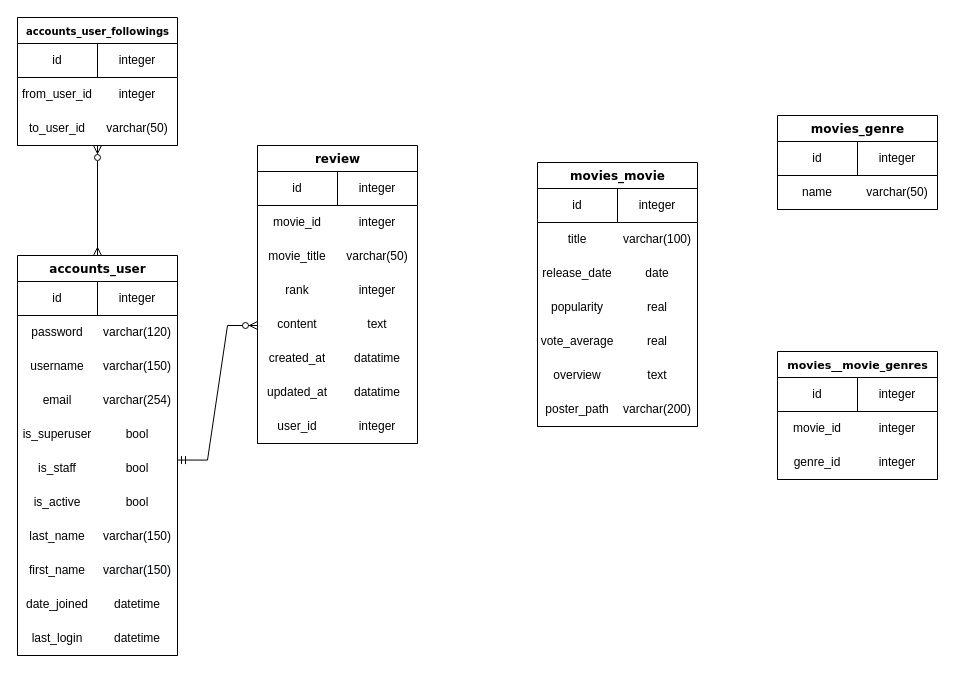
This is 제목 없는 다이어그램.drawio from cjfal2/fin_yukim, a draw.io file, before an edit. Source tidied: cells renumbered, new cells numbered last; positions are measured from the earlier drawing's top-left corner, leaving out a move shared by most shapes. Both pictures are drawn from the tidied source at 100%, with x=0, y=0 at pixel (17, 17).
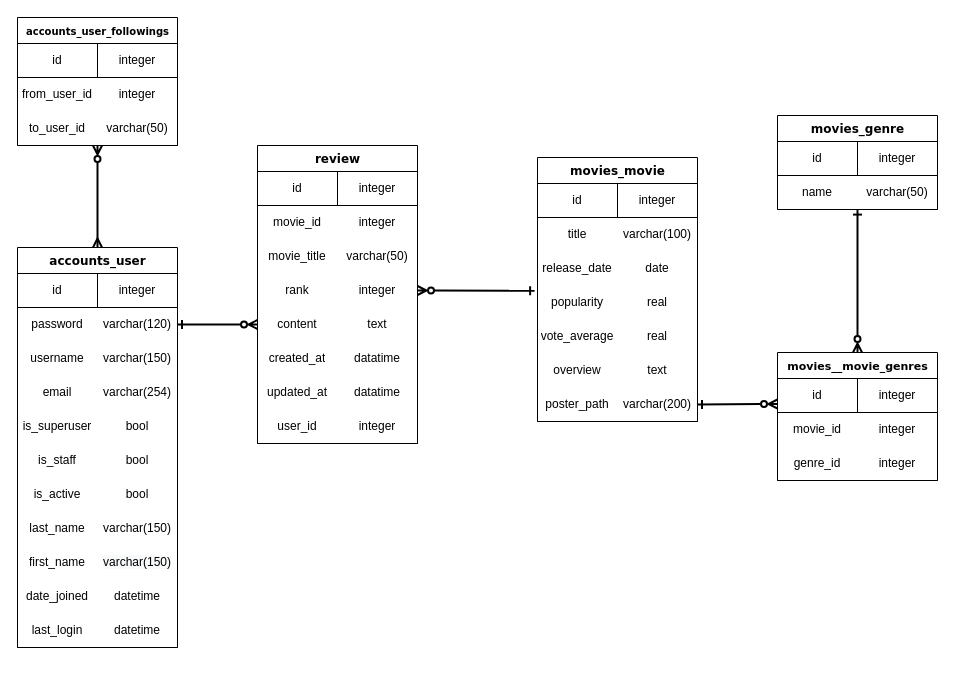
After the change.

Commit message (it also covers changes not shown here):
제목 없는 다이어그램.drawio 업데이트

Unchanged cells that the change refers to:
```xml
<mxCell id="15" style="shape=tableRow;horizontal=0;startSize=0;swimlaneHead=0;swimlaneBody=0;top=0;left=0;bottom=0;right=0;fillColor=none;points=[[0,0.5],[1,0.5]];portConstraint=eastwest;rounded=0;" parent="8" vertex="1">
  <mxGeometry y="68" width="160" height="34" as="geometry" />
</mxCell>
<mxCell id="18" style="shape=tableRow;horizontal=0;startSize=0;swimlaneHead=0;swimlaneBody=0;top=0;left=0;bottom=0;right=0;fillColor=none;points=[[0,0.5],[1,0.5]];portConstraint=eastwest;rounded=0;" parent="8" vertex="1">
  <mxGeometry y="102" width="160" height="34" as="geometry" />
</mxCell>
<mxCell id="50" style="shape=tableRow;horizontal=0;startSize=0;swimlaneHead=0;swimlaneBody=0;top=0;left=0;bottom=0;right=0;fillColor=none;points=[[0,0.5],[1,0.5]];portConstraint=eastwest;rounded=0;" parent="49" vertex="1">
  <mxGeometry width="160" height="34" as="geometry" />
</mxCell>
<mxCell id="62" style="shape=tableRow;horizontal=0;startSize=0;swimlaneHead=0;swimlaneBody=0;top=0;left=0;bottom=0;right=0;fillColor=none;points=[[0,0.5],[1,0.5]];portConstraint=eastwest;rounded=0;" parent="49" vertex="1">
  <mxGeometry y="136" width="160" height="34" as="geometry" />
</mxCell>
<mxCell id="93" style="shape=tableRow;horizontal=0;startSize=0;swimlaneHead=0;swimlaneBody=0;top=0;left=0;bottom=0;right=0;fillColor=none;points=[[0,0.5],[1,0.5]];portConstraint=eastwest;rounded=0;" parent="86" vertex="1">
  <mxGeometry y="68" width="160" height="34" as="geometry" />
</mxCell>
<mxCell id="102" style="shape=tableRow;horizontal=0;startSize=0;swimlaneHead=0;swimlaneBody=0;top=0;left=0;bottom=0;right=0;fillColor=none;points=[[0,0.5],[1,0.5]];portConstraint=eastwest;rounded=0;" parent="86" vertex="1">
  <mxGeometry y="170" width="160" height="34" as="geometry" />
</mxCell>
<mxCell id="112" style="shape=tableRow;horizontal=0;startSize=0;swimlaneHead=0;swimlaneBody=0;top=0;left=0;bottom=0;right=0;fillColor=none;points=[[0,0.5],[1,0.5]];portConstraint=eastwest;rounded=0;" parent="111" vertex="1">
  <mxGeometry width="160" height="34" as="geometry" />
</mxCell>
<mxCell id="118" style="shape=tableRow;horizontal=0;startSize=0;swimlaneHead=0;swimlaneBody=0;top=0;left=0;bottom=0;right=0;fontStyle=0;fillColor=none;strokeColor=inherit;rounded=0;" parent="116" vertex="1">
  <mxGeometry width="160" height="34" as="geometry" />
</mxCell>
```

What changed in the source:
```diff
@@
     <mxCell id="43" value="accounts_user" style="swimlane;html=1;fontStyle=1;align=center;verticalAlign=top;horizontal=1;startSize=26;swimlaneFillColor=#ffffff;rounded=0;shadow=0;comic=0;labelBackgroundColor=none;strokeWidth=1;fillColor=none;fontFamily=Verdana;fontSize=12;" parent="1" vertex="1">
-      <mxGeometry y="238" width="160" height="400" as="geometry" />
+      <mxGeometry y="230" width="160" height="400" as="geometry" />
     </mxCell>
@@
     <mxCell id="80" value="movies_movie" style="swimlane;html=1;fontStyle=1;align=center;verticalAlign=top;horizontal=1;startSize=26;swimlaneFillColor=#ffffff;rounded=0;shadow=0;comic=0;labelBackgroundColor=none;strokeWidth=1;fillColor=none;fontFamily=Verdana;fontSize=12;" parent="1" vertex="1">
-      <mxGeometry x="520" y="145" width="160" height="264" as="geometry" />
+      <mxGeometry x="520" y="140" width="160" height="264" as="geometry" />
     </mxCell>
@@
     <mxCell id="115" value="&lt;font style=&quot;font-size: 11px;&quot;&gt;movies__movie_genres&lt;/font&gt;" style="swimlane;html=1;fontStyle=1;align=center;verticalAlign=top;horizontal=1;startSize=26;swimlaneFillColor=#ffffff;rounded=0;shadow=0;comic=0;labelBackgroundColor=none;strokeWidth=1;fillColor=none;fontFamily=Verdana;fontSize=12;" parent="1" vertex="1">
-      <mxGeometry x="760" y="334" width="160" height="128" as="geometry" />
+      <mxGeometry x="760" y="335" width="160" height="128" as="geometry" />
     </mxCell>
@@
-    <mxCell id="128" style="edgeStyle=entityRelationEdgeStyle;fontSize=12;html=1;endArrow=ERzeroToMany;startArrow=ERmandOne;rounded=0;exitX=1;exitY=0.252;exitDx=0;exitDy=0;exitPerimeter=0;" parent="1" edge="1" source="62">
-      <mxGeometry relative="1" as="geometry">
-        <mxPoint x="240" y="308" as="targetPoint" />
-      </mxGeometry>
-    </mxCell>
-    <mxCell id="129" style="endArrow=ERmany;html=1;rounded=0;strokeColor=default;exitX=0.5;exitY=0;exitDx=0;exitDy=0;startArrow=ERzeroToMany;startFill=0;endFill=0;entryX=0.5;entryY=0;entryDx=0;entryDy=0;" parent="1" edge="1" target="43">
+    <mxCell id="129" style="endArrow=ERmany;html=1;rounded=0;strokeColor=default;exitX=0.5;exitY=0;exitDx=0;exitDy=0;startArrow=ERzeroToMany;startFill=0;endFill=0;entryX=0.5;entryY=0;entryDx=0;entryDy=0;strokeWidth=2;" parent="1" edge="1" target="43">
       <mxGeometry relative="1" as="geometry">
         <mxPoint x="80" y="128" as="sourcePoint" />
       </mxGeometry>
     </mxCell>
+    <mxCell id="130" style="endArrow=ERone;html=1;rounded=0;strokeColor=default;strokeWidth=2;entryX=-0.018;entryY=0.155;entryDx=0;entryDy=0;entryPerimeter=0;exitX=1;exitY=0.5;exitDx=0;exitDy=0;startArrow=ERzeroToMany;startFill=0;endFill=0;" parent="1" edge="1" source="15" target="93">
+      <mxGeometry relative="1" as="geometry" />
+    </mxCell>
+    <mxCell id="131" style="endArrow=ERzeroToMany;html=1;rounded=0;strokeColor=default;strokeWidth=2;exitX=1;exitY=0.5;exitDx=0;exitDy=0;entryX=0;entryY=0.75;entryDx=0;entryDy=0;startArrow=ERone;startFill=0;endFill=0;" parent="1" edge="1" source="102" target="118">
+      <mxGeometry relative="1" as="geometry" />
+    </mxCell>
+    <mxCell id="132" style="endArrow=ERzeroToMany;html=1;rounded=0;strokeColor=default;strokeWidth=2;exitX=0.5;exitY=1.017;exitDx=0;exitDy=0;entryX=0.5;entryY=0;entryDx=0;entryDy=0;startArrow=ERone;startFill=0;endFill=0;exitPerimeter=0;" parent="1" edge="1" source="112" target="115">
+      <mxGeometry relative="1" as="geometry" />
+    </mxCell>
+    <mxCell id="133" style="endArrow=ERone;html=1;rounded=0;strokeColor=default;strokeWidth=2;entryX=1;entryY=0.5;entryDx=0;entryDy=0;exitX=0;exitY=0.5;exitDx=0;exitDy=0;startArrow=ERzeroToMany;startFill=0;endFill=0;" parent="1" edge="1" source="18" target="50">
+      <mxGeometry relative="1" as="geometry" />
+    </mxCell>
```
